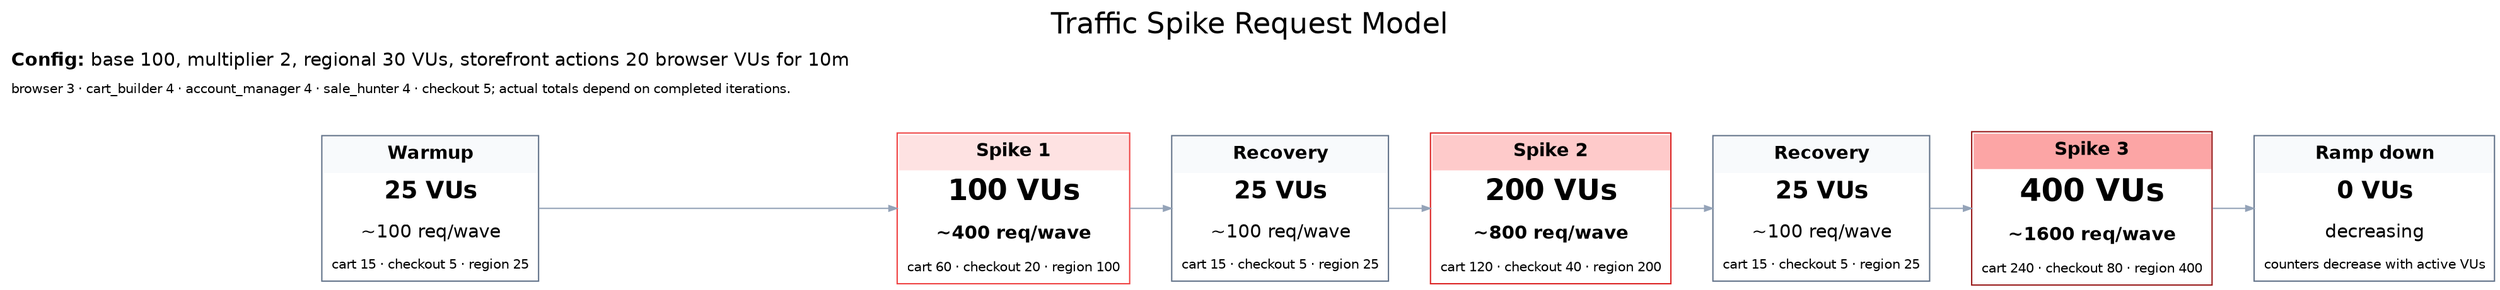
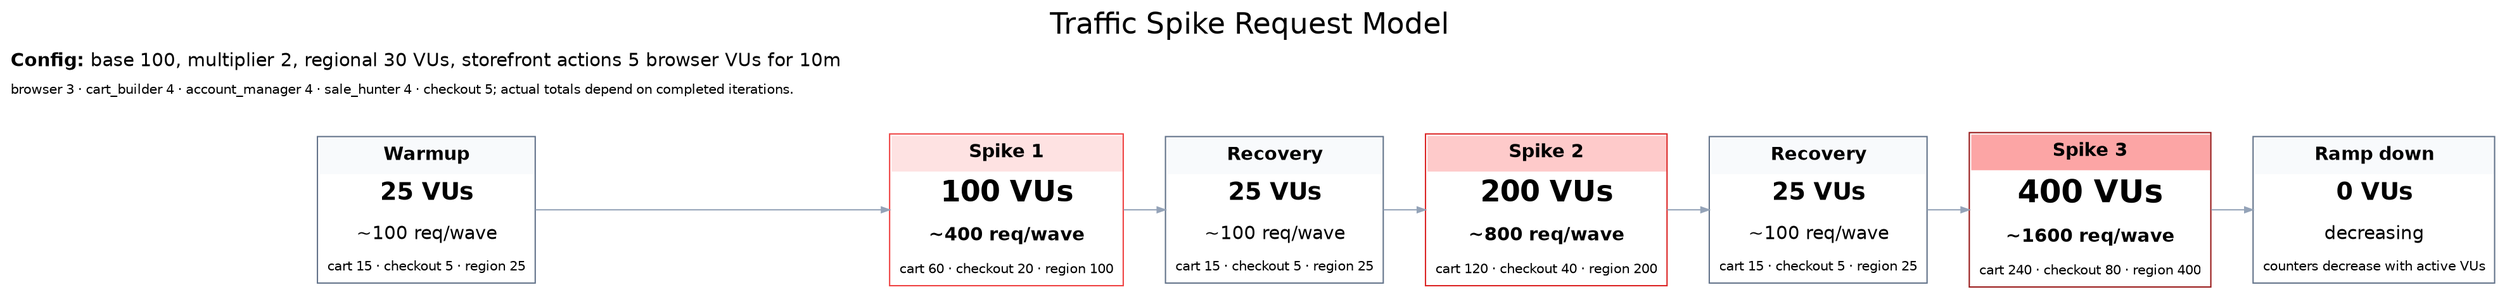
digraph traffic_spike_request_cards {
  graph [rankdir=LR, labelloc=t, label="Traffic Spike Request Model", fontsize=22, fontname="Helvetica", nodesep=0.35, ranksep=0.45, splines=ortho];
  node [shape=plain, fontname="Helvetica"];
  edge [color="#94a3b8", arrowsize=0.6];

  warmup [label=<
    <TABLE BORDER="1" CELLBORDER="0" CELLSPACING="0" CELLPADDING="6" COLOR="#64748b"><TR><TD BGCOLOR="#f8fafc"><B>Warmup</B></TD></TR><TR><TD><FONT POINT-SIZE="18"><B>25 VUs</B></FONT></TD></TR><TR><TD>~100 req/wave</TD></TR><TR><TD><FONT POINT-SIZE="10">cart 15 · checkout 5 · region 25</FONT></TD></TR></TABLE>
  >];
  spike1 [label=<
    <TABLE BORDER="1" CELLBORDER="0" CELLSPACING="0" CELLPADDING="6" COLOR="#ef4444"><TR><TD BGCOLOR="#fee2e2"><B>Spike 1</B></TD></TR><TR><TD><FONT POINT-SIZE="22"><B>100 VUs</B></FONT></TD></TR><TR><TD><B>~400 req/wave</B></TD></TR><TR><TD><FONT POINT-SIZE="10">cart 60 · checkout 20 · region 100</FONT></TD></TR></TABLE>
  >];
  recovery1 [label=<
    <TABLE BORDER="1" CELLBORDER="0" CELLSPACING="0" CELLPADDING="6" COLOR="#64748b"><TR><TD BGCOLOR="#f8fafc"><B>Recovery</B></TD></TR><TR><TD><FONT POINT-SIZE="18"><B>25 VUs</B></FONT></TD></TR><TR><TD>~100 req/wave</TD></TR><TR><TD><FONT POINT-SIZE="10">cart 15 · checkout 5 · region 25</FONT></TD></TR></TABLE>
  >];
  spike2 [label=<
    <TABLE BORDER="1" CELLBORDER="0" CELLSPACING="0" CELLPADDING="6" COLOR="#dc2626"><TR><TD BGCOLOR="#fecaca"><B>Spike 2</B></TD></TR><TR><TD><FONT POINT-SIZE="22"><B>200 VUs</B></FONT></TD></TR><TR><TD><B>~800 req/wave</B></TD></TR><TR><TD><FONT POINT-SIZE="10">cart 120 · checkout 40 · region 200</FONT></TD></TR></TABLE>
  >];
  recovery2 [label=<
    <TABLE BORDER="1" CELLBORDER="0" CELLSPACING="0" CELLPADDING="6" COLOR="#64748b"><TR><TD BGCOLOR="#f8fafc"><B>Recovery</B></TD></TR><TR><TD><FONT POINT-SIZE="18"><B>25 VUs</B></FONT></TD></TR><TR><TD>~100 req/wave</TD></TR><TR><TD><FONT POINT-SIZE="10">cart 15 · checkout 5 · region 25</FONT></TD></TR></TABLE>
  >];
  spike3 [label=<
    <TABLE BORDER="1" CELLBORDER="0" CELLSPACING="0" CELLPADDING="6" COLOR="#991b1b"><TR><TD BGCOLOR="#fca5a5"><B>Spike 3</B></TD></TR><TR><TD><FONT POINT-SIZE="24"><B>400 VUs</B></FONT></TD></TR><TR><TD><B>~1600 req/wave</B></TD></TR><TR><TD><FONT POINT-SIZE="10">cart 240 · checkout 80 · region 400</FONT></TD></TR></TABLE>
  >];
  rampdown [label=<
    <TABLE BORDER="1" CELLBORDER="0" CELLSPACING="0" CELLPADDING="6" COLOR="#64748b"><TR><TD BGCOLOR="#f8fafc"><B>Ramp down</B></TD></TR><TR><TD><FONT POINT-SIZE="18"><B>0 VUs</B></FONT></TD></TR><TR><TD>decreasing</TD></TR><TR><TD><FONT POINT-SIZE="10">counters decrease with active VUs</FONT></TD></TR></TABLE>
  >];
  legend [label=<
-     <TABLE BORDER="0" CELLBORDER="0" CELLSPACING="0" CELLPADDING="4"><TR><TD ALIGN="LEFT"><B>Config:</B> base 100, multiplier 2, regional 30 VUs, storefront actions 20 browser VUs for 10m</TD></TR><TR><TD ALIGN="LEFT"><FONT POINT-SIZE="10">browser 3 · cart_builder 4 · account_manager 4 · sale_hunter 4 · checkout 5; actual totals depend on completed iterations.</FONT></TD></TR></TABLE>
+     <TABLE BORDER="0" CELLBORDER="0" CELLSPACING="0" CELLPADDING="4"><TR><TD ALIGN="LEFT"><B>Config:</B> base 100, multiplier 2, regional 30 VUs, storefront actions 5 browser VUs for 10m</TD></TR><TR><TD ALIGN="LEFT"><FONT POINT-SIZE="10">browser 3 · cart_builder 4 · account_manager 4 · sale_hunter 4 · checkout 5; actual totals depend on completed iterations.</FONT></TD></TR></TABLE>
  >];

  warmup -> spike1 -> recovery1 -> spike2 -> recovery2 -> spike3 -> rampdown;
  { rank=same; legend }
}

